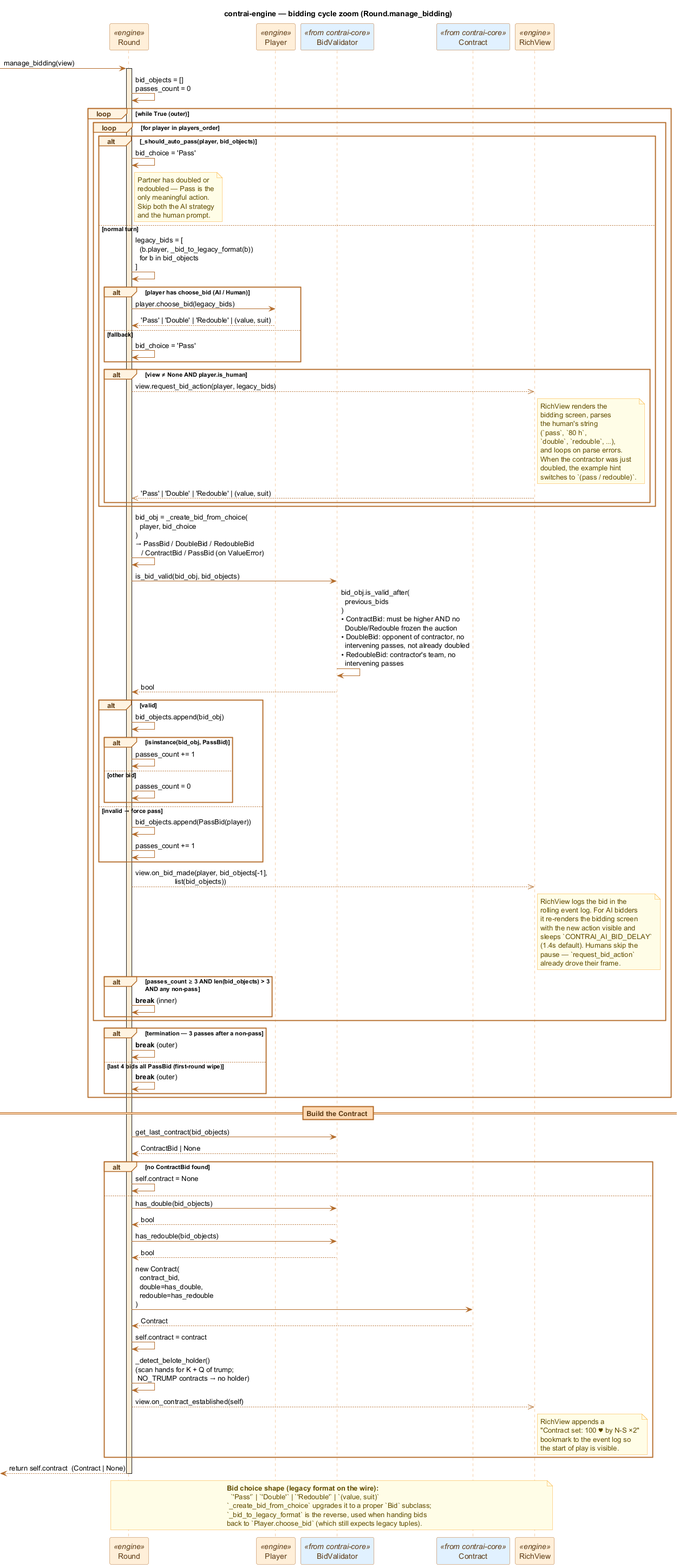
valmathieu/ContrAI keeps this PlantUML diagram as docs/diagrams/seq_bidding.png. Above is the earlier version.
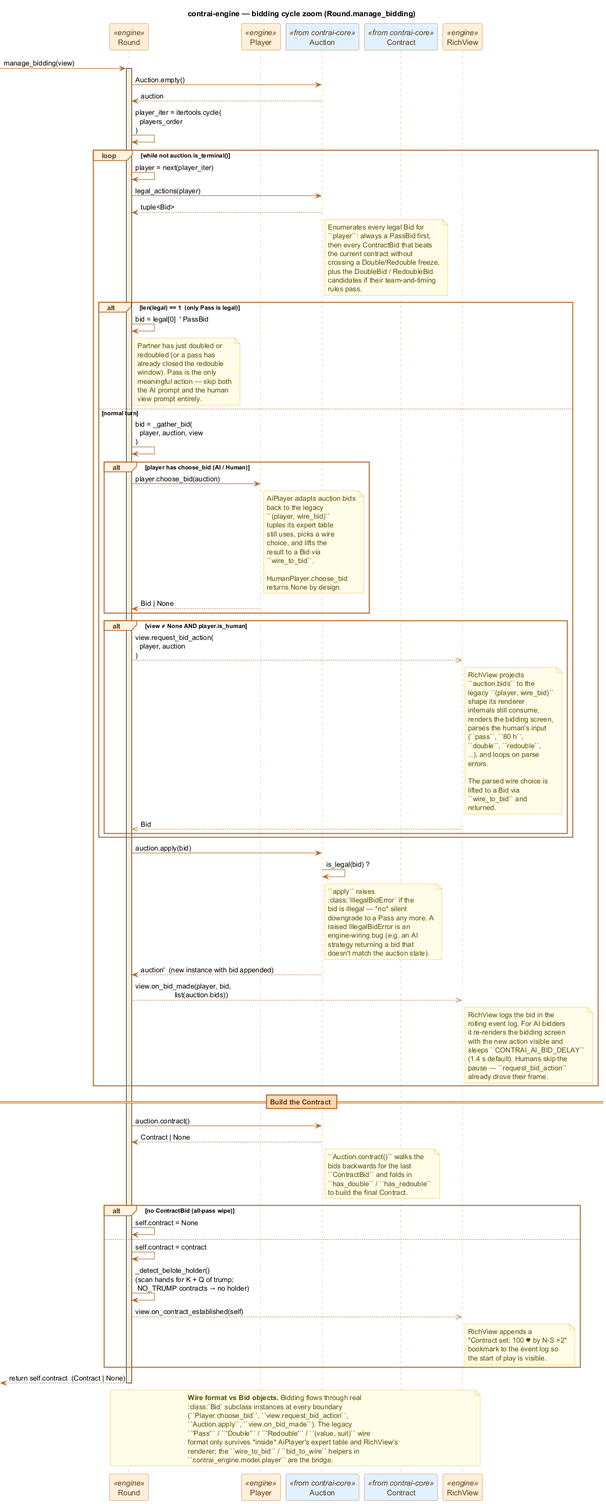
Above is the later version.

Commit message:
docs: reflect Auction-based bidding in diagrams + module docs

What changed in the source:
```diff
@@ -29,113 +29,133 @@
 
 participant "Round" as R <<engine>>
 participant "Player" as P <<engine>>
-participant "BidValidator" as BV <<from contrai-core>> #E1F0FF
+participant "Auction" as A <<from contrai-core>> #E1F0FF
 participant "Contract" as CT <<from contrai-core>> #E1F0FF
 participant "RichView" as V <<engine>>
 
 [-> R : manage_bidding(view)
 activate R
 
-R -> R : bid_objects = []\npasses_count = 0
+R -> A : Auction.empty()
+A --> R : auction
+R -> R : player_iter = itertools.cycle(\n  players_order\n)
 
-loop **while True** (outer)
+loop **while not auction.is_terminal()**
 
-    loop **for player in players_order**
+    R -> R : player = next(player_iter)
 
-        alt _should_auto_pass(player, bid_objects)
-            R -> R : bid_choice = 'Pass'
-            note right of R
-              Partner has doubled or
-              redoubled — Pass is the
-              only meaningful action.
-              Skip both the AI strategy
-              and the human prompt.
+    R -> A : legal_actions(player)
+    A --> R : tuple<Bid>
+    note right of A
+      Enumerates every legal Bid for
+      ``player``: always a PassBid first,
+      then every ContractBid that beats
+      the current contract without
+      crossing a Double/Redouble freeze,
+      plus the DoubleBid / RedoubleBid
+      candidates if their team-and-timing
+      rules pass.
+    end note
+
+    alt len(legal) == 1  (only Pass is legal)
+        R -> R : bid = legal[0]  ' PassBid
+        note right of R
+          Partner has just doubled or
+          redoubled (or a pass has
+          already closed the redouble
+          window). Pass is the only
+          meaningful action — skip both
+          the AI prompt and the human
+          view prompt entirely.
+        end note
+    else normal turn
+        R -> R : bid = _gather_bid(\n  player, auction, view\n)
+
+        alt player has choose_bid (AI / Human)
+            R -> P : player.choose_bid(auction)
+            note right of P
+              AiPlayer adapts auction.bids
+              back to the legacy
+              ``(player, wire_bid)``
+              tuples its expert table
+              still uses, picks a wire
+              choice, and lifts the
+              result to a Bid via
+              ``wire_to_bid``.
+
+              HumanPlayer.choose_bid
+              returns None by design.
             end note
-        else normal turn
-            R -> R : legacy_bids = [\n  (b.player, _bid_to_legacy_format(b))\n  for b in bid_objects\n]
-
-            alt player has choose_bid (AI / Human)
-                R -> P : player.choose_bid(legacy_bids)
-                P --> R : 'Pass' | 'Double' | 'Redouble' | (value, suit)
-            else fallback
-                R -> R : bid_choice = 'Pass'
-            end
-
-            alt view ≠ None AND player.is_human
-                R -->> V : view.request_bid_action(player, legacy_bids)
-                note right of V
-                  RichView renders the
-                  bidding screen, parses
-                  the human's string
-                  (`pass`, `80 h`,
-                  `double`, `redouble`, …),
-                  and loops on parse errors.
-                  When the contractor was just
-                  doubled, the example hint
-                  switches to `(pass / redouble)`.
-                end note
-                V -->> R : 'Pass' | 'Double' | 'Redouble' | (value, suit)
-            end
+            P --> R : Bid | None
         end
 
-        R -> R : bid_obj = _create_bid_from_choice(\n  player, bid_choice\n)\n→ PassBid / DoubleBid / RedoubleBid\n   / ContractBid / PassBid (on ValueError)
+        alt view ≠ None AND player.is_human
+            R -->> V : view.request_bid_action(\n  player, auction\n)
+            note right of V
+              RichView projects
+              ``auction.bids`` to the
+              legacy ``(player, wire_bid)``
+              shape its renderer
+              internals still consume,
+              renders the bidding screen,
+              parses the human's input
+              (``pass``, ``80 h``,
+              ``double``, ``redouble``,
+              …), and loops on parse
+              errors.
 
-        R -> BV : is_bid_valid(bid_obj, bid_objects)
-        BV -> BV : bid_obj.is_valid_after(\n  previous_bids\n)\n• ContractBid: must be higher AND no\n  Double/Redouble frozen the auction\n• DoubleBid: opponent of contractor, no\n  intervening passes, not already doubled\n• RedoubleBid: contractor's team, no\n  intervening passes
-        BV --> R : bool
-
-        alt valid
-            R -> R : bid_objects.append(bid_obj)
-            alt isinstance(bid_obj, PassBid)
-                R -> R : passes_count += 1
-            else other bid
-                R -> R : passes_count = 0
-            end
-        else invalid → force pass
-            R -> R : bid_objects.append(PassBid(player))
-            R -> R : passes_count += 1
+              The parsed wire choice is
+              lifted to a Bid via
+              ``wire_to_bid`` and
+              returned.
+            end note
+            V -->> R : Bid
         end
-
-        R -->> V : view.on_bid_made(player, bid_objects[-1],\n                    list(bid_objects))
-        note right of V
-          RichView logs the bid in the
-          rolling event log. For AI bidders
-          it re-renders the bidding screen
-          with the new action visible and
-          sleeps `CONTRAI_AI_BID_DELAY`
-          (1.4s default). Humans skip the
-          pause — `request_bid_action`
-          already drove their frame.
-        end note
-
-        alt passes_count ≥ 3 AND len(bid_objects) > 3\nAND any non-pass
-            R -> R : **break** (inner)
-        end
-
     end
 
-    alt termination — 3 passes after a non-pass
-        R -> R : **break** (outer)
-    else last 4 bids all PassBid (first-round wipe)
-        R -> R : **break** (outer)
-    end
+    R -> A : auction.apply(bid)
+    A -> A : is_legal(bid) ?
+    note right of A
+      ``apply`` raises
+      :class:`IllegalBidError` if the
+      bid is illegal — *no* silent
+      downgrade to a Pass any more. A
+      raised IllegalBidError is an
+      engine-wiring bug (e.g. an AI
+      strategy returning a bid that
+      doesn't match the auction state).
+    end note
+    A --> R : auction'  (new instance with bid appended)
+
+    R -->> V : view.on_bid_made(player, bid,\n                    list(auction.bids))
+    note right of V
+      RichView logs the bid in the
+      rolling event log. For AI bidders
+      it re-renders the bidding screen
+      with the new action visible and
+      sleeps ``CONTRAI_AI_BID_DELAY``
+      (1.4 s default). Humans skip the
+      pause — ``request_bid_action``
+      already drove their frame.
+    end note
 
 end
 
 == Build the Contract ==
 
-R -> BV : get_last_contract(bid_objects)
-BV --> R : ContractBid | None
+R -> A : auction.contract()
+A --> R : Contract | None
+note right of A
+  ``Auction.contract()`` walks the
+  bids backwards for the last
+  ``ContractBid`` and folds in
+  ``has_double`` / ``has_redouble``
+  to build the final Contract.
+end note
 
-alt no ContractBid found
+alt no ContractBid (all-pass wipe)
     R -> R : self.contract = None
 else
-    R -> BV : has_double(bid_objects)
-    BV --> R : bool
-    R -> BV : has_redouble(bid_objects)
-    BV --> R : bool
-    R -> CT : new Contract(\n  contract_bid,\n  double=has_double,\n  redouble=has_redouble\n)
-    CT --> R : Contract
     R -> R : self.contract = contract
     R -> R : _detect_belote_holder()\n(scan hands for K + Q of trump;\n NO_TRUMP contracts → no holder)
     R -->> V : view.on_contract_established(self)
@@ -151,11 +171,14 @@
 deactivate R
 
 note over R, V
-  **Bid choice shape (legacy format on the wire):**
-    `'Pass'` | `'Double'` | `'Redouble'` | `(value, suit)`
-  `_create_bid_from_choice` upgrades it to a proper `Bid` subclass;
-  `_bid_to_legacy_format` is the reverse, used when handing bids
-  back to `Player.choose_bid` (which still expects legacy tuples).
+  **Wire format vs Bid objects.** Bidding flows through real
+  :class:`Bid` subclass instances at every boundary
+  (``Player.choose_bid``, ``view.request_bid_action``,
+  ``Auction.apply``, ``view.on_bid_made``). The legacy
+  ``'Pass'`` / ``'Double'`` / ``'Redouble'`` / ``(value, suit)`` wire
+  format only survives *inside* AiPlayer's expert table and RichView's
+  renderer; the ``wire_to_bid`` / ``bid_to_wire`` helpers in
+  ``contrai_engine.model.player`` are the bridge.
 end note
 
 @enduml
```
